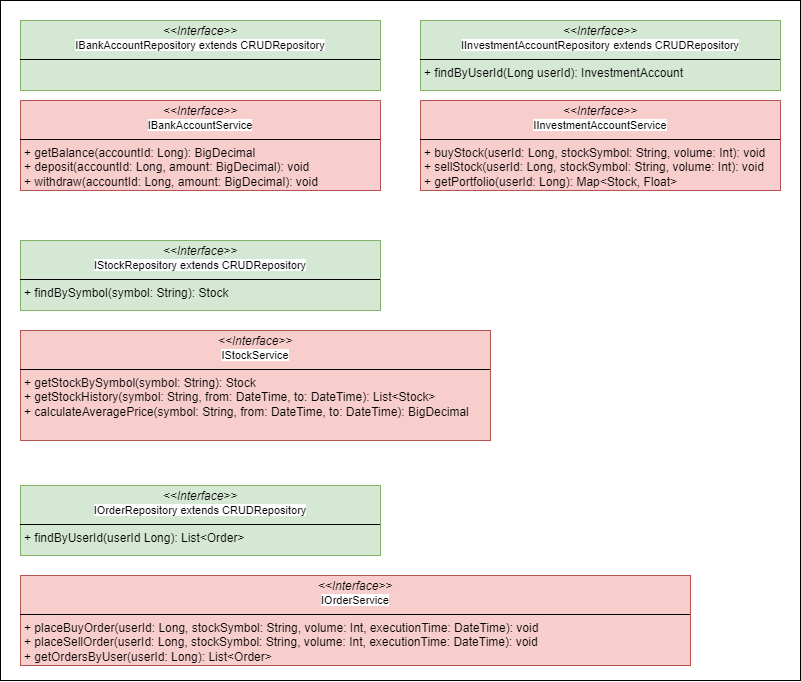
The draw.io diagram doc/diagrams/STACS_Finance_Interfaces.png in djthomann/FinancePepjekt, before a commit. Source tidied: cells renumbered, new cells last; positions are measured from the earlier drawing's top-left corner, leaving out a move shared by most shapes.
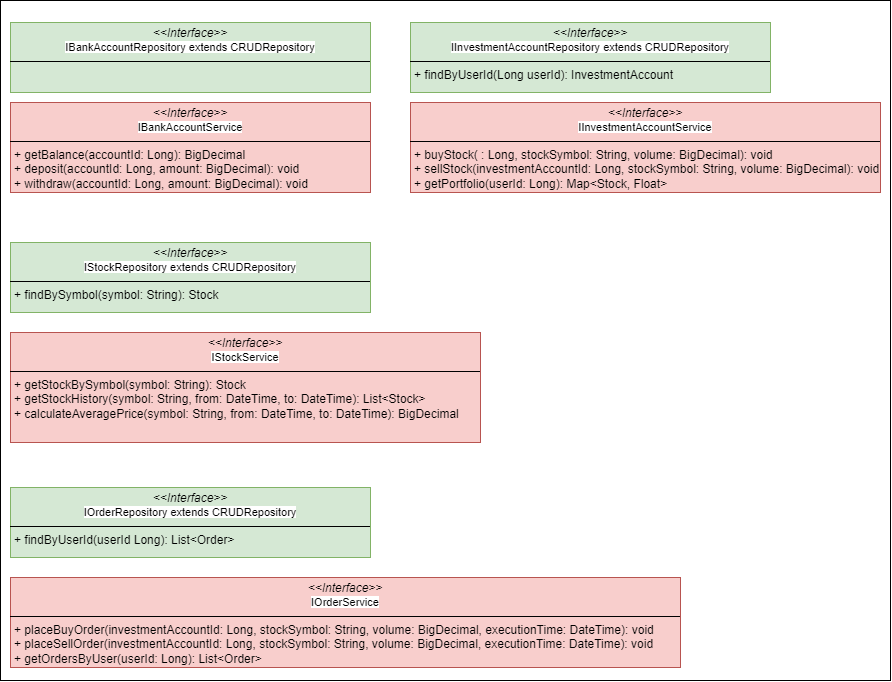
After the change.

Commit message:
UPDATE: change volume type in interface definition

Change to the diagram source:
```diff
@@ -3,7 +3,7 @@
     <mxCell id="0" />
     <mxCell id="1" parent="0" />
     <mxCell id="2" style="rounded=0;whiteSpace=wrap;html=1;" parent="1" vertex="1">
-      <mxGeometry width="800" height="680" as="geometry" />
+      <mxGeometry x="10" y="-2" width="890" height="680" as="geometry" />
     </mxCell>
     <mxCell id="3" value="&lt;p style=&quot;margin:0px;margin-top:4px;text-align:center;&quot;&gt;&lt;i&gt;&amp;lt;&amp;lt;Interface&amp;gt;&amp;gt;&lt;/i&gt;&lt;br&gt;&lt;span style=&quot;font-size: 11px; text-wrap-mode: nowrap; background-color: rgb(255, 255, 255);&quot;&gt;IBankAccountRepository extends CRUDRepository&lt;/span&gt;&lt;/p&gt;&lt;hr size=&quot;1&quot; style=&quot;border-style:solid;&quot;&gt;&lt;p style=&quot;margin:0px;margin-left:4px;&quot;&gt;&lt;br&gt;&lt;/p&gt;" style="verticalAlign=top;align=left;overflow=fill;html=1;whiteSpace=wrap;fillColor=#d5e8d4;strokeColor=#82b366;" parent="1" vertex="1">
       <mxGeometry x="20" y="20" width="360" height="70" as="geometry" />
@@ -20,10 +20,10 @@
     <mxCell id="7" value="&lt;p style=&quot;margin:0px;margin-top:4px;text-align:center;&quot;&gt;&lt;i&gt;&amp;lt;&amp;lt;Interface&amp;gt;&amp;gt;&lt;/i&gt;&lt;br&gt;&lt;span style=&quot;font-size: 11px; text-wrap-mode: nowrap; background-color: rgb(255, 255, 255);&quot;&gt;IInvestmentAccountRepository extends CRUDRepository&lt;/span&gt;&lt;/p&gt;&lt;hr size=&quot;1&quot; style=&quot;border-style:solid;&quot;&gt;&lt;p style=&quot;margin:0px;margin-left:4px;&quot;&gt;+ findByUserId(Long userId): InvestmentAccount&lt;/p&gt;" style="verticalAlign=top;align=left;overflow=fill;html=1;whiteSpace=wrap;fillColor=#d5e8d4;strokeColor=#82b366;" parent="1" vertex="1">
       <mxGeometry x="420" y="20" width="360" height="70" as="geometry" />
     </mxCell>
-    <mxCell id="8" value="&lt;p style=&quot;margin:0px;margin-top:4px;text-align:center;&quot;&gt;&lt;i&gt;&amp;lt;&amp;lt;Interface&amp;gt;&amp;gt;&lt;/i&gt;&lt;br&gt;&lt;span style=&quot;font-size: 11px; text-wrap-mode: nowrap; background-color: rgb(255, 255, 255);&quot;&gt;IInvestmentAccountService&lt;/span&gt;&lt;/p&gt;&lt;hr size=&quot;1&quot; style=&quot;border-style:solid;&quot;&gt;&lt;p style=&quot;margin:0px;margin-left:4px;&quot;&gt;+ buyStock(userId: Long, stockSymbol: String, volume: Int): void&lt;/p&gt;&lt;p style=&quot;margin:0px;margin-left:4px;&quot;&gt;+ sellStock(userId: Long, stockSymbol: String, volume: Int): void&lt;br&gt;+ getPortfolio(userId: Long): Map&amp;lt;Stock, Float&amp;gt;&lt;/p&gt;" style="verticalAlign=top;align=left;overflow=fill;html=1;whiteSpace=wrap;fillColor=#f8cecc;strokeColor=#b85450;" parent="1" vertex="1">
-      <mxGeometry x="420" y="100" width="360" height="90" as="geometry" />
+    <mxCell id="8" value="&lt;p style=&quot;margin:0px;margin-top:4px;text-align:center;&quot;&gt;&lt;i&gt;&amp;lt;&amp;lt;Interface&amp;gt;&amp;gt;&lt;/i&gt;&lt;br&gt;&lt;span style=&quot;font-size: 11px; text-wrap-mode: nowrap; background-color: rgb(255, 255, 255);&quot;&gt;IInvestmentAccountService&lt;/span&gt;&lt;/p&gt;&lt;hr size=&quot;1&quot; style=&quot;border-style:solid;&quot;&gt;&lt;p style=&quot;margin:0px;margin-left:4px;&quot;&gt;+ buyStock( : Long, stockSymbol: String, volume: BigDecimal): void&lt;/p&gt;&lt;p style=&quot;margin:0px;margin-left:4px;&quot;&gt;+ sellStock(investmentAccountId: Long, stockSymbol: String, volume: BigDecimal): void&lt;br&gt;+ getPortfolio(userId: Long): Map&amp;lt;Stock, Float&amp;gt;&lt;/p&gt;" style="verticalAlign=top;align=left;overflow=fill;html=1;whiteSpace=wrap;fillColor=#f8cecc;strokeColor=#b85450;" parent="1" vertex="1">
+      <mxGeometry x="420" y="100" width="470" height="90" as="geometry" />
     </mxCell>
-    <mxCell id="9" value="&lt;p style=&quot;margin:0px;margin-top:4px;text-align:center;&quot;&gt;&lt;i&gt;&amp;lt;&amp;lt;Interface&amp;gt;&amp;gt;&lt;/i&gt;&lt;br&gt;&lt;span style=&quot;font-size: 11px; text-wrap-mode: nowrap; background-color: rgb(255, 255, 255);&quot;&gt;IOrderService&lt;/span&gt;&lt;/p&gt;&lt;hr size=&quot;1&quot; style=&quot;border-style:solid;&quot;&gt;&lt;p style=&quot;margin:0px;margin-left:4px;&quot;&gt;+ placeBuyOrder(userId: Long, stockSymbol: String, volume: Int, executionTime: DateTime): void&lt;/p&gt;&lt;p style=&quot;margin:0px;margin-left:4px;&quot;&gt;+ placeSellOrder(userId: Long, stockSymbol: String,&amp;nbsp;volume&lt;span style=&quot;background-color: initial;&quot;&gt;: Int,&amp;nbsp;&lt;/span&gt;&lt;span style=&quot;background-color: initial;&quot;&gt;executionTime: DateTime&lt;/span&gt;&lt;span style=&quot;background-color: initial;&quot;&gt;): void&lt;/span&gt;&lt;/p&gt;&lt;p style=&quot;margin:0px;margin-left:4px;&quot;&gt;&lt;span style=&quot;background-color: initial;&quot;&gt;+ getOrdersByUser(userId: Long): List&amp;lt;Order&amp;gt;&lt;/span&gt;&lt;/p&gt;" style="verticalAlign=top;align=left;overflow=fill;html=1;whiteSpace=wrap;fillColor=#f8cecc;strokeColor=#b85450;" parent="1" vertex="1">
+    <mxCell id="9" value="&lt;p style=&quot;margin:0px;margin-top:4px;text-align:center;&quot;&gt;&lt;i&gt;&amp;lt;&amp;lt;Interface&amp;gt;&amp;gt;&lt;/i&gt;&lt;br&gt;&lt;span style=&quot;font-size: 11px; text-wrap-mode: nowrap; background-color: rgb(255, 255, 255);&quot;&gt;IOrderService&lt;/span&gt;&lt;/p&gt;&lt;hr size=&quot;1&quot; style=&quot;border-style:solid;&quot;&gt;&lt;p style=&quot;margin:0px;margin-left:4px;&quot;&gt;+ placeBuyOrder(investmentAccountId: Long, stockSymbol: String, volume: BigDecimal, executionTime: DateTime): void&lt;/p&gt;&lt;p style=&quot;margin:0px;margin-left:4px;&quot;&gt;+ placeSellOrder(investmentAccountId: Long, stockSymbol: String,&amp;nbsp;volume:&amp;nbsp;BigDecimal&lt;span style=&quot;background-color: initial;&quot;&gt;,&amp;nbsp;&lt;/span&gt;&lt;span style=&quot;background-color: initial;&quot;&gt;executionTime: DateTime&lt;/span&gt;&lt;span style=&quot;background-color: initial;&quot;&gt;): void&lt;/span&gt;&lt;/p&gt;&lt;p style=&quot;margin:0px;margin-left:4px;&quot;&gt;&lt;span style=&quot;background-color: initial;&quot;&gt;+ getOrdersByUser(userId: Long): List&amp;lt;Order&amp;gt;&lt;/span&gt;&lt;/p&gt;" style="verticalAlign=top;align=left;overflow=fill;html=1;whiteSpace=wrap;fillColor=#f8cecc;strokeColor=#b85450;" parent="1" vertex="1">
       <mxGeometry x="20" y="575" width="670" height="90" as="geometry" />
     </mxCell>
     <mxCell id="10" value="&lt;p style=&quot;margin:0px;margin-top:4px;text-align:center;&quot;&gt;&lt;i&gt;&amp;lt;&amp;lt;Interface&amp;gt;&amp;gt;&lt;/i&gt;&lt;br&gt;&lt;span style=&quot;font-size: 11px; text-wrap-mode: nowrap; background-color: rgb(255, 255, 255);&quot;&gt;IOrderRepository extends CRUDRepository&lt;/span&gt;&lt;/p&gt;&lt;hr size=&quot;1&quot; style=&quot;border-style:solid;&quot;&gt;&lt;p style=&quot;margin:0px;margin-left:4px;&quot;&gt;+ findByUserId(userId Long): List&amp;lt;Order&amp;gt;&lt;/p&gt;" style="verticalAlign=top;align=left;overflow=fill;html=1;whiteSpace=wrap;fillColor=#d5e8d4;strokeColor=#82b366;" parent="1" vertex="1">
```
